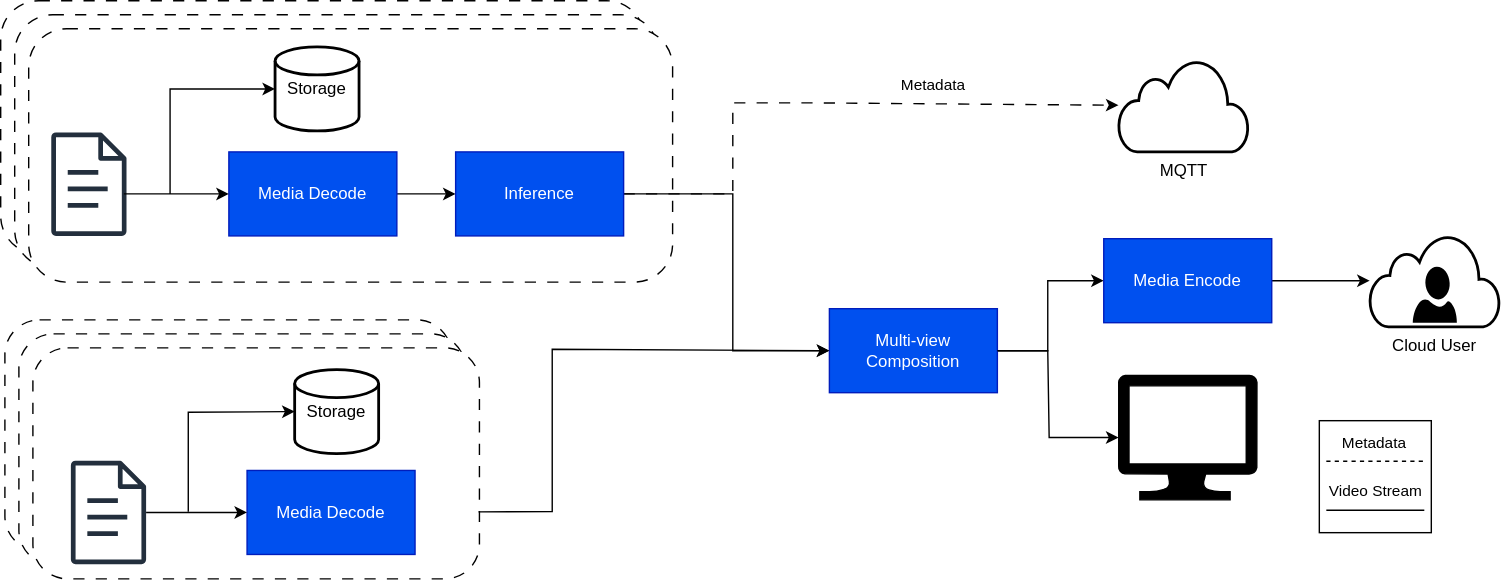
Above: tools/visual-pipeline-and-platform-evaluation-tool/pipelines/smartnvr/diagram.drawio.svg in yunowo/edge-ai-libraries (draw.io), before the change. Source tidied: cells renumbered, new cells last; positions are measured from the earlier drawing's top-left corner, leaving out a move shared by most shapes.
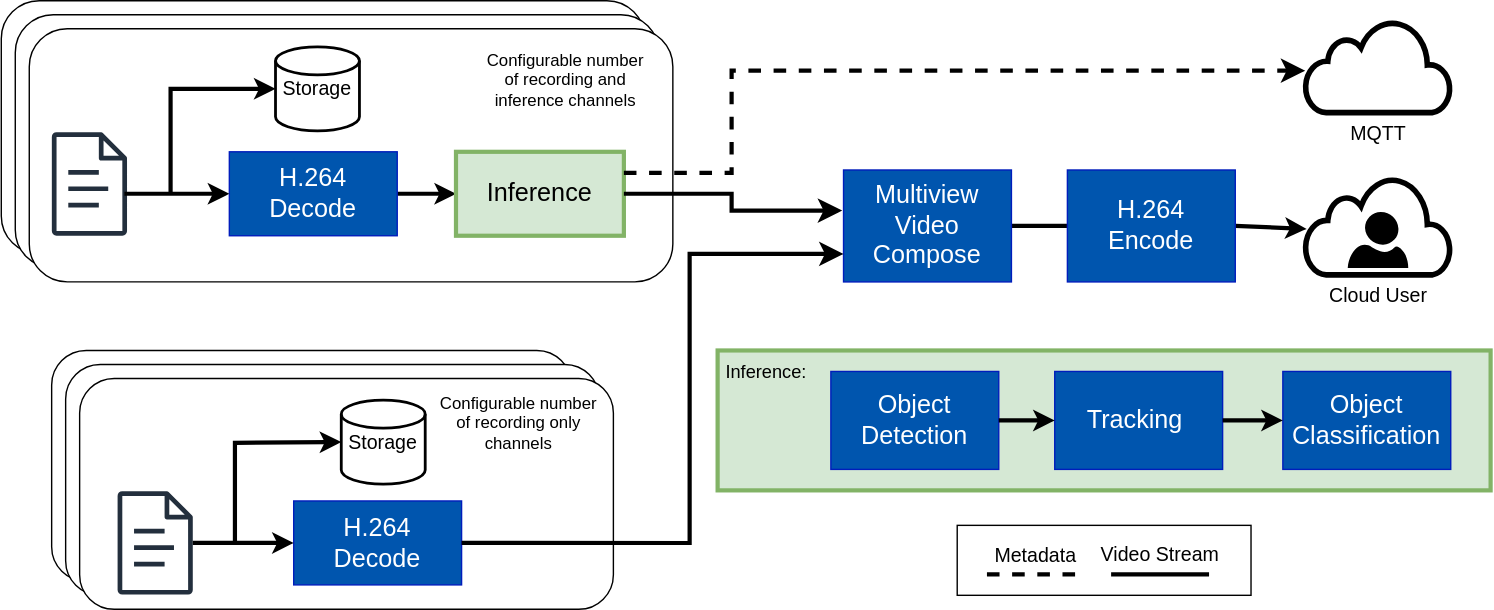
After the commit.

The edit, as a diff of the source:
```diff
@@ -2,23 +2,23 @@
   <root>
     <mxCell id="0" />
     <mxCell id="1" parent="0" />
-    <mxCell id="2" style="rounded=1;whiteSpace=wrap;html=1;strokeColor=default;dashed=1;dashPattern=8 8;" parent="1" vertex="1">
+    <mxCell id="2" style="rounded=1;whiteSpace=wrap;html=1;strokeColor=default;strokeWidth=1;" parent="1" vertex="1">
       <mxGeometry width="460" height="181" as="geometry" />
     </mxCell>
-    <mxCell id="3" style="rounded=1;whiteSpace=wrap;html=1;strokeColor=default;dashed=1;dashPattern=8 8;" parent="1" vertex="1">
+    <mxCell id="3" style="rounded=1;whiteSpace=wrap;html=1;strokeColor=default;strokeWidth=1;" parent="1" vertex="1">
       <mxGeometry x="10" y="10" width="460" height="181" as="geometry" />
     </mxCell>
-    <mxCell id="4" style="rounded=1;whiteSpace=wrap;html=1;strokeColor=default;dashed=1;dashPattern=8 8;" parent="1" vertex="1">
+    <mxCell id="4" style="rounded=1;whiteSpace=wrap;html=1;strokeColor=default;strokeWidth=1;" parent="1" vertex="1">
       <mxGeometry x="20" y="20" width="460" height="181" as="geometry" />
     </mxCell>
-    <mxCell id="5" style="rounded=1;whiteSpace=wrap;html=1;strokeColor=default;dashed=1;dashPattern=8 8;" parent="1" vertex="1">
-      <mxGeometry x="3" y="228" width="319" height="165" as="geometry" />
+    <mxCell id="5" style="rounded=1;whiteSpace=wrap;html=1;strokeColor=default;strokeWidth=1;" parent="1" vertex="1">
+      <mxGeometry x="36" y="250" width="371.5" height="165" as="geometry" />
     </mxCell>
-    <mxCell id="6" style="rounded=1;whiteSpace=wrap;html=1;strokeColor=default;dashed=1;dashPattern=8 8;" parent="1" vertex="1">
-      <mxGeometry x="13" y="238" width="319" height="165" as="geometry" />
+    <mxCell id="6" style="rounded=1;whiteSpace=wrap;html=1;strokeColor=default;strokeWidth=1;" parent="1" vertex="1">
+      <mxGeometry x="46" y="260" width="381.5" height="165" as="geometry" />
     </mxCell>
-    <mxCell id="7" style="rounded=1;whiteSpace=wrap;html=1;strokeColor=default;dashed=1;dashPattern=8 8;" parent="1" vertex="1">
-      <mxGeometry x="23" y="248" width="319" height="165" as="geometry" />
+    <mxCell id="7" style="rounded=1;whiteSpace=wrap;html=1;strokeColor=default;strokeWidth=1;" parent="1" vertex="1">
+      <mxGeometry x="56" y="270" width="381.5" height="165" as="geometry" />
     </mxCell>
     <mxCell id="8" style="edgeStyle=none;html=1;fillColor=#0050ef;strokeColor=#001DBC;" parent="1" edge="1">
       <mxGeometry relative="1" as="geometry">
@@ -43,70 +43,49 @@
     <mxCell id="12" style="sketch=0;fontColor=#232F3E;gradientColor=none;fillColor=#232F3D;strokeColor=none;dashed=0;verticalLabelPosition=bottom;verticalAlign=top;align=center;html=1;fontSize=12;fontStyle=0;shape=mxgraph.aws4.document;" parent="1" vertex="1">
       <mxGeometry x="36" y="94.1" width="54" height="73.9" as="geometry" />
     </mxCell>
-    <mxCell id="13" value="Storage" style="strokeWidth=2;html=1;shape=mxgraph.flowchart.database;whiteSpace=wrap;" parent="1" vertex="1">
+    <mxCell id="13" value="Storage" style="strokeWidth=2;html=1;shape=mxgraph.flowchart.database;whiteSpace=wrap;fontSize=14;" parent="1" vertex="1">
       <mxGeometry x="196" y="33" width="60" height="60" as="geometry" />
     </mxCell>
-    <mxCell id="14" style="edgeStyle=none;html=1;exitX=1;exitY=0.5;exitDx=0;exitDy=0;entryX=0;entryY=0.5;entryDx=0;entryDy=0;" parent="1" edge="1" source="15" target="18">
+    <mxCell id="14" style="edgeStyle=none;html=1;exitX=1;exitY=0.5;exitDx=0;exitDy=0;entryX=0;entryY=0.5;entryDx=0;entryDy=0;strokeWidth=3;" parent="1" edge="1" source="15" target="18">
       <mxGeometry relative="1" as="geometry" />
     </mxCell>
-    <mxCell id="15" value="Media Decode" style="rounded=0;whiteSpace=wrap;html=1;fillColor=#0050ef;fontColor=#ffffff;strokeColor=#001DBC;" parent="1" vertex="1">
+    <mxCell id="15" value="H.264&lt;br&gt;Decode" style="rounded=0;whiteSpace=wrap;html=1;fillColor=light-dark(#0055ae, #6db2ff);fontColor=#ffffff;strokeColor=#001DBC;fontSize=18;" parent="1" vertex="1">
       <mxGeometry x="163" y="108" width="120" height="60" as="geometry" />
     </mxCell>
-    <mxCell id="16" style="edgeStyle=none;html=1;exitX=1;exitY=0.5;exitDx=0;exitDy=0;entryX=0;entryY=0.5;entryDx=0;entryDy=0;rounded=0;curved=0;" parent="1" edge="1" source="18" target="20">
-      <mxGeometry relative="1" as="geometry">
-        <Array as="points">
-          <mxPoint x="523" y="138" />
-          <mxPoint x="523" y="250" />
-        </Array>
-      </mxGeometry>
-    </mxCell>
-    <mxCell id="17" value="Metadata" style="edgeStyle=none;html=1;exitX=1;exitY=0.5;exitDx=0;exitDy=0;rounded=0;curved=0;dashed=1;dashPattern=8 8;" parent="1" edge="1" source="18" target="24">
-      <mxGeometry x="0.37" y="14" relative="1" as="geometry">
-        <Array as="points">
-          <mxPoint x="523" y="138" />
-          <mxPoint x="523" y="73" />
-          <mxPoint x="583" y="73" />
-        </Array>
-      </mxGeometry>
-    </mxCell>
-    <mxCell id="18" value="Inference" style="rounded=0;whiteSpace=wrap;html=1;fillColor=#0050ef;fontColor=#ffffff;strokeColor=#001DBC;" parent="1" vertex="1">
+    <mxCell id="18" value="Inference" style="rounded=0;whiteSpace=wrap;html=1;fillColor=#d5e8d4;strokeColor=#82b366;fontSize=18;strokeWidth=3;" parent="1" vertex="1">
       <mxGeometry x="325" y="108" width="120" height="60" as="geometry" />
     </mxCell>
-    <mxCell id="19" style="edgeStyle=none;html=1;exitX=1;exitY=0.5;exitDx=0;exitDy=0;entryX=0;entryY=0.5;entryDx=0;entryDy=0;rounded=0;curved=0;" parent="1" edge="1" source="20" target="22">
+    <mxCell id="19" style="edgeStyle=none;html=1;exitX=1;exitY=0.5;exitDx=0;exitDy=0;entryX=0;entryY=0.5;entryDx=0;entryDy=0;rounded=0;curved=0;strokeWidth=3;" parent="1" edge="1" source="20" target="22">
       <mxGeometry relative="1" as="geometry">
         <Array as="points">
-          <mxPoint x="748" y="250" />
-          <mxPoint x="748" y="200" />
+          <mxPoint x="838" y="161" />
         </Array>
       </mxGeometry>
     </mxCell>
-    <mxCell id="20" value="Multi-view Composition" style="rounded=0;whiteSpace=wrap;html=1;fillColor=#0050ef;fontColor=#ffffff;strokeColor=#001DBC;" parent="1" vertex="1">
-      <mxGeometry x="592" y="220" width="120" height="60" as="geometry" />
+    <mxCell id="20" value="Multiview Video Compose" style="rounded=0;whiteSpace=wrap;html=1;fillColor=light-dark(#0055ae, #6db2ff);fontColor=#ffffff;strokeColor=#001DBC;fontSize=18;" parent="1" vertex="1">
+      <mxGeometry x="602" y="121" width="120" height="80" as="geometry" />
     </mxCell>
-    <mxCell id="21" style="edgeStyle=none;html=1;exitX=1;exitY=0.5;exitDx=0;exitDy=0;" parent="1" edge="1" source="22" target="25">
+    <mxCell id="21" style="edgeStyle=none;html=1;exitX=1;exitY=0.5;exitDx=0;exitDy=0;strokeWidth=3;entryX=0.01;entryY=0.53;entryDx=0;entryDy=0;entryPerimeter=0;" parent="1" edge="1" source="22" target="25">
       <mxGeometry relative="1" as="geometry" />
     </mxCell>
-    <mxCell id="22" value="Media Encode" style="rounded=0;whiteSpace=wrap;html=1;fillColor=#0050ef;fontColor=#ffffff;strokeColor=#001DBC;" parent="1" vertex="1">
-      <mxGeometry x="788" y="170" width="120" height="60" as="geometry" />
+    <mxCell id="22" value="H.264 &lt;br&gt;Encode" style="rounded=0;whiteSpace=wrap;html=1;fillColor=light-dark(#0055ae, #6db2ff);fontColor=#ffffff;strokeColor=#001DBC;fontSize=18;" parent="1" vertex="1">
+      <mxGeometry x="762" y="121" width="120" height="80" as="geometry" />
     </mxCell>
-    <mxCell id="23" style="sketch=0;shadow=0;dashed=0;html=1;labelPosition=center;verticalLabelPosition=bottom;verticalAlign=top;align=center;shape=mxgraph.azure.computer;fillColor=#000000;" parent="1" vertex="1">
-      <mxGeometry x="798.5" y="267.6" width="98.9" height="89" as="geometry" />
-    </mxCell>
-    <mxCell id="24" value="MQTT" style="html=1;verticalLabelPosition=bottom;align=center;labelBackgroundColor=#ffffff;verticalAlign=top;strokeWidth=2;shadow=0;dashed=0;shape=mxgraph.ios7.icons.cloud;" parent="1" vertex="1">
-      <mxGeometry x="798.5" y="42" width="93" height="66" as="geometry" />
+    <mxCell id="24" value="MQTT" style="html=1;verticalLabelPosition=bottom;align=center;labelBackgroundColor=#ffffff;verticalAlign=top;strokeWidth=4;shadow=0;dashed=0;shape=mxgraph.ios7.icons.cloud;fontSize=14;" parent="1" vertex="1">
+      <mxGeometry x="932" y="14" width="104" height="66" as="geometry" />
     </mxCell>
-    <mxCell id="25" value="Cloud User" style="html=1;verticalLabelPosition=bottom;align=center;labelBackgroundColor=#ffffff;verticalAlign=top;strokeWidth=2;strokeColor=light-dark(#000000, #32a0ff);shadow=0;dashed=0;shape=mxgraph.ios7.icons.cloud;" parent="1" vertex="1">
-      <mxGeometry x="978" y="167" width="93" height="66" as="geometry" />
+    <mxCell id="25" value="Cloud User" style="html=1;verticalLabelPosition=bottom;align=center;labelBackgroundColor=#ffffff;verticalAlign=top;strokeWidth=4;strokeColor=light-dark(#000000, #32a0ff);shadow=0;dashed=0;shape=mxgraph.ios7.icons.cloud;fontSize=14;" parent="1" vertex="1">
+      <mxGeometry x="932" y="126" width="104" height="70" as="geometry" />
     </mxCell>
     <mxCell id="26" style="verticalLabelPosition=bottom;html=1;verticalAlign=top;align=center;strokeColor=none;fillColor=#000000;shape=mxgraph.azure.user;" parent="1" vertex="1">
-      <mxGeometry x="1008.8" y="190" width="31.5" height="40" as="geometry" />
+      <mxGeometry x="962.4" y="151" width="43.2" height="40" as="geometry" />
     </mxCell>
-    <mxCell id="27" style="endArrow=classic;html=1;entryX=0;entryY=0.5;entryDx=0;entryDy=0;" parent="1" edge="1" target="15">
+    <mxCell id="27" style="endArrow=classic;html=1;entryX=0;entryY=0.5;entryDx=0;entryDy=0;strokeWidth=3;" parent="1" edge="1" target="15">
       <mxGeometry relative="1" as="geometry">
         <mxPoint x="88" y="138" as="sourcePoint" />
       </mxGeometry>
     </mxCell>
-    <mxCell id="28" style="endArrow=classic;html=1;rounded=0;curved=0;entryX=0;entryY=0.5;entryDx=0;entryDy=0;entryPerimeter=0;" parent="1" edge="1" target="13">
+    <mxCell id="28" style="endArrow=classic;html=1;rounded=0;curved=0;entryX=0;entryY=0.5;entryDx=0;entryDy=0;entryPerimeter=0;strokeWidth=3;" parent="1" edge="1" target="13">
       <mxGeometry relative="1" as="geometry">
         <mxPoint x="121" y="138" as="sourcePoint" />
         <Array as="points">
@@ -115,56 +94,89 @@
       </mxGeometry>
     </mxCell>
     <mxCell id="29" style="sketch=0;outlineConnect=0;fontColor=#232F3E;gradientColor=none;fillColor=#232F3D;strokeColor=none;dashed=0;verticalLabelPosition=bottom;verticalAlign=top;align=center;html=1;fontSize=12;fontStyle=0;shape=mxgraph.aws4.document;" parent="1" vertex="1">
-      <mxGeometry x="50" y="328.6" width="54" height="73.9" as="geometry" />
+      <mxGeometry x="83" y="350.6" width="54" height="73.9" as="geometry" />
     </mxCell>
-    <mxCell id="30" value="Storage" style="strokeWidth=2;html=1;shape=mxgraph.flowchart.database;whiteSpace=wrap;" parent="1" vertex="1">
-      <mxGeometry x="210" y="263.5" width="60" height="60" as="geometry" />
+    <mxCell id="30" value="Storage" style="strokeWidth=2;html=1;shape=mxgraph.flowchart.database;whiteSpace=wrap;fontSize=14;" parent="1" vertex="1">
+      <mxGeometry x="243" y="285.5" width="60" height="60" as="geometry" />
     </mxCell>
-    <mxCell id="31" style="edgeStyle=none;html=1;entryX=0;entryY=0.5;entryDx=0;entryDy=0;rounded=0;curved=0;exitX=0.998;exitY=0.71;exitDx=0;exitDy=0;exitPerimeter=0;" parent="1" edge="1" source="7" target="20">
-      <mxGeometry relative="1" as="geometry">
-        <Array as="points">
-          <mxPoint x="394" y="365" />
-          <mxPoint x="394" y="313" />
-          <mxPoint x="394" y="249" />
-        </Array>
-      </mxGeometry>
-    </mxCell>
-    <mxCell id="32" value="Media Decode" style="rounded=0;whiteSpace=wrap;html=1;fillColor=#0050ef;fontColor=#ffffff;strokeColor=#001DBC;" parent="1" vertex="1">
-      <mxGeometry x="176" y="335.6" width="120" height="60" as="geometry" />
+    <mxCell id="32" value="H.264&lt;br&gt;Decode" style="rounded=0;whiteSpace=wrap;html=1;fillColor=light-dark(#0055ae, #6db2ff);fontColor=#ffffff;strokeColor=#001DBC;fontSize=18;" parent="1" vertex="1">
+      <mxGeometry x="209" y="357.6" width="120" height="60" as="geometry" />
     </mxCell>
-    <mxCell id="33" style="endArrow=classic;html=1;entryX=0;entryY=0.5;entryDx=0;entryDy=0;" parent="1" edge="1" source="29" target="32">
+    <mxCell id="33" style="endArrow=classic;html=1;entryX=0;entryY=0.5;entryDx=0;entryDy=0;strokeWidth=3;" parent="1" edge="1" source="29" target="32">
       <mxGeometry relative="1" as="geometry" />
     </mxCell>
-    <mxCell id="34" style="endArrow=classic;html=1;rounded=0;curved=0;entryX=0;entryY=0.5;entryDx=0;entryDy=0;entryPerimeter=0;" parent="1" edge="1" target="30">
+    <mxCell id="34" style="endArrow=classic;html=1;rounded=0;curved=0;entryX=0;entryY=0.5;entryDx=0;entryDy=0;entryPerimeter=0;strokeWidth=3;" parent="1" edge="1" target="30">
       <mxGeometry relative="1" as="geometry">
-        <mxPoint x="134" y="365" as="sourcePoint" />
+        <mxPoint x="167" y="387" as="sourcePoint" />
         <Array as="points">
-          <mxPoint x="134" y="294" />
+          <mxPoint x="167" y="316" />
         </Array>
       </mxGeometry>
     </mxCell>
-    <mxCell id="35" style="edgeStyle=none;html=1;exitX=1;exitY=0.5;exitDx=0;exitDy=0;entryX=0;entryY=0.5;entryDx=0;entryDy=0;entryPerimeter=0;rounded=0;curved=0;" parent="1" edge="1" source="20" target="23">
-      <mxGeometry relative="1" as="geometry">
-        <Array as="points">
-          <mxPoint x="748" y="250" />
-          <mxPoint x="749" y="312" />
-        </Array>
-      </mxGeometry>
-    </mxCell>
-    <mxCell id="36" style="whiteSpace=wrap;html=1;" parent="1" vertex="1">
-      <mxGeometry x="942" y="300" width="80" height="80" as="geometry" />
-    </mxCell>
+    <mxCell id="39" value="Configurable number of recording and inference channels" style="rounded=1;whiteSpace=wrap;html=1;strokeColor=none;opacity=0;" parent="1" vertex="1">
+      <mxGeometry x="345.5" y="33" width="114.5" height="47" as="geometry" />
+    </mxCell>
+    <mxCell id="40" value="Configurable number of recording only channels" style="rounded=1;whiteSpace=wrap;html=1;strokeColor=none;opacity=0;" parent="1" vertex="1">
+      <mxGeometry x="312" y="280" width="115.5" height="44" as="geometry" />
+    </mxCell>
+    <mxCell id="41" style="edgeStyle=segmentEdgeStyle;endArrow=classic;html=1;curved=0;rounded=0;endSize=8;startSize=8;exitX=1;exitY=0.5;exitDx=0;exitDy=0;entryX=0;entryY=0.75;entryDx=0;entryDy=0;strokeWidth=3;" parent="1" edge="1" source="32" target="20">
+      <mxGeometry relative="1" as="geometry">
+        <Array as="points">
+          <mxPoint x="492" y="388" />
+          <mxPoint x="492" y="181" />
+        </Array>
+      </mxGeometry>
+    </mxCell>
+    <mxCell id="16" style="edgeStyle=segmentEdgeStyle;endArrow=classic;html=1;curved=0;rounded=0;endSize=8;startSize=8;strokeWidth=3;exitX=1;exitY=0.5;exitDx=0;exitDy=0;entryX=-0.008;entryY=0.363;entryDx=0;entryDy=0;entryPerimeter=0;" parent="1" edge="1" source="18" target="20">
+      <mxGeometry relative="1" as="geometry">
+        <Array as="points">
+          <mxPoint x="522" y="138" />
+          <mxPoint x="522" y="150" />
+        </Array>
+      </mxGeometry>
+    </mxCell>
+    <mxCell id="17" style="edgeStyle=elbowEdgeStyle;elbow=horizontal;endArrow=classic;html=1;curved=0;rounded=0;endSize=8;startSize=8;strokeWidth=3;dashed=1;exitX=1;exitY=0.25;exitDx=0;exitDy=0;" parent="1" edge="1" source="18" target="24">
+      <mxGeometry relative="1" as="geometry">
+        <Array as="points">
+          <mxPoint x="522" y="50" />
+        </Array>
+      </mxGeometry>
+    </mxCell>
-    <mxCell id="37" value="Metadata" style="endArrow=none;dashed=1;html=1;" parent="1" edge="1">
+    <mxCell id="37" value="Metadata" style="endArrow=none;dashed=1;html=1;strokeWidth=3;fontSize=14;" parent="1" edge="1">
       <mxGeometry x="-0.03" y="13" relative="1" as="geometry">
-        <mxPoint x="947" y="329" as="sourcePoint" />
-        <mxPoint x="1017" y="329" as="targetPoint" />
+        <mxPoint x="704.5" y="410" as="sourcePoint" />
+        <mxPoint x="774.5" y="410" as="targetPoint" />
       </mxGeometry>
     </mxCell>
-    <mxCell id="38" value="Video Stream" style="endArrow=none;html=1;" parent="1" edge="1">
+    <mxCell id="38" value="Video Stream" style="endArrow=none;html=1;strokeWidth=3;fontSize=14;" parent="1" edge="1">
       <mxGeometry y="14" relative="1" as="geometry">
-        <mxPoint x="947" y="364" as="sourcePoint" />
-        <mxPoint x="1017" y="364" as="targetPoint" />
+        <mxPoint x="793.2" y="410" as="sourcePoint" />
+        <mxPoint x="863.2" y="410" as="targetPoint" />
       </mxGeometry>
     </mxCell>
+    <mxCell id="42" style="rounded=0;whiteSpace=wrap;html=1;strokeWidth=1;fillColor=none;" parent="1" vertex="1">
+      <mxGeometry x="683.2" y="375" width="210" height="50" as="geometry" />
+    </mxCell>
+    <mxCell id="43" style="rounded=0;whiteSpace=wrap;html=1;fillColor=#d5e8d4;strokeColor=#82b366;fontSize=18;strokeWidth=3;" parent="1" vertex="1">
+      <mxGeometry x="512" y="250" width="552.5" height="100" as="geometry" />
+    </mxCell>
+    <mxCell id="44" value="Object&lt;br&gt;Detection" style="rounded=0;whiteSpace=wrap;html=1;fillColor=light-dark(#0055ae, #6db2ff);fontColor=#ffffff;strokeColor=#001DBC;fontSize=18;" parent="1" vertex="1">
+      <mxGeometry x="593" y="265" width="120" height="70" as="geometry" />
+    </mxCell>
+    <mxCell id="45" value="Tracking&lt;span style=&quot;font-family: monospace; font-size: 0px; text-align: start; text-wrap-mode: nowrap;&quot;&gt;%3CmxGraphModel%3E%3Croot%3E%3CmxCell%20id%3D%220%22%2F%3E%3CmxCell%20id%3D%221%22%20parent%3D%220%22%2F%3E%3CmxCell%20id%3D%222%22%20value%3D%22Object%26lt%3Bbr%26gt%3BDetection%22%20style%3D%22rounded%3D0%3BwhiteSpace%3Dwrap%3Bhtml%3D1%3BfillColor%3D%230050ef%3BfontColor%3D%23ffffff%3BstrokeColor%3D%23001DBC%3BfontSize%3D18%3B%22%20vertex%3D%221%22%20parent%3D%221%22%3E%3CmxGeometry%20x%3D%22380%22%20y%3D%22490%22%20width%3D%22120%22%20height%3D%2270%22%20as%3D%22geometry%22%2F%3E%3C%2FmxCell%3E%3C%2Froot%3E%3C%2FmxGraphModel%3E&lt;/span&gt;" style="rounded=0;whiteSpace=wrap;html=1;fillColor=light-dark(#0055ae, #6db2ff);fontColor=#ffffff;strokeColor=#001DBC;fontSize=18;" parent="1" vertex="1">
+      <mxGeometry x="753" y="265" width="120" height="70" as="geometry" />
+    </mxCell>
+    <mxCell id="46" value="Object&lt;br&gt;Classification" style="rounded=0;whiteSpace=wrap;html=1;fillColor=light-dark(#0055ae, #6db2ff);fontColor=#ffffff;strokeColor=#001DBC;fontSize=18;" parent="1" vertex="1">
+      <mxGeometry x="916" y="265" width="120" height="70" as="geometry" />
+    </mxCell>
+    <mxCell id="47" style="edgeStyle=none;html=1;exitX=1;exitY=0.5;exitDx=0;exitDy=0;entryX=0;entryY=0.5;entryDx=0;entryDy=0;strokeWidth=3;" parent="1" edge="1" source="44" target="45">
+      <mxGeometry relative="1" as="geometry" />
+    </mxCell>
+    <mxCell id="48" style="edgeStyle=none;html=1;exitX=1;exitY=0.5;exitDx=0;exitDy=0;entryX=0;entryY=0.5;entryDx=0;entryDy=0;strokeWidth=3;" parent="1" edge="1" source="45" target="46">
+      <mxGeometry relative="1" as="geometry" />
+    </mxCell>
+    <mxCell id="49" value="Inference:" style="rounded=1;whiteSpace=wrap;html=1;strokeColor=none;opacity=0;fontSize=13;" parent="1" vertex="1">
+      <mxGeometry x="502" y="250" width="90" height="30" as="geometry" />
+    </mxCell>
   </root>
 </mxGraphModel>
```
